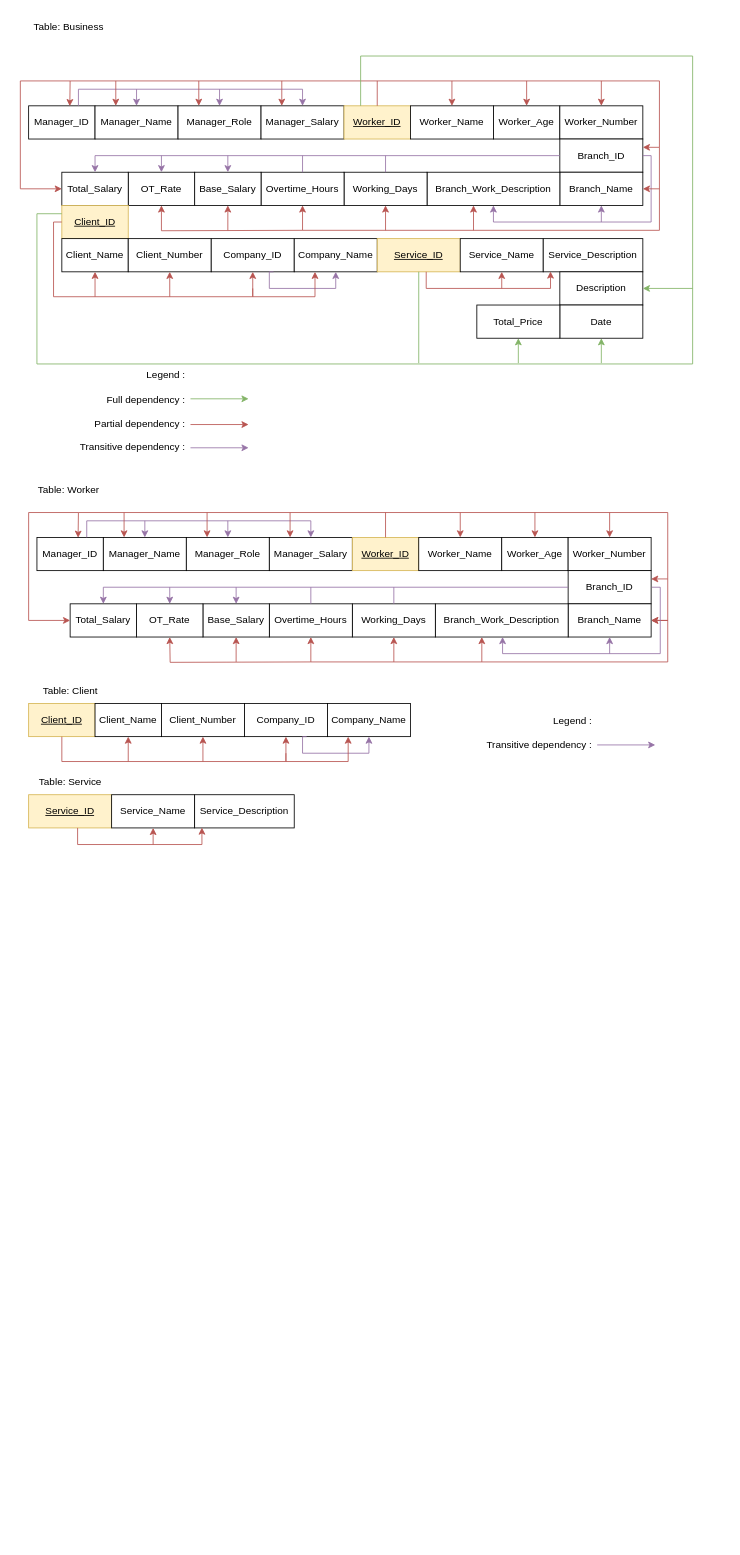
Earlier version of the draw.io diagram normalizationWIA2001assg.drawio (justn0thinghere/drawio). Source tidied: cells renumbered, new cells numbered last; positions are measured from the earlier drawing's top-left corner, leaving out a move shared by most shapes. Both pictures are drawn from the tidied source at 83%, with x=0, y=0 at pixel (20, 14).
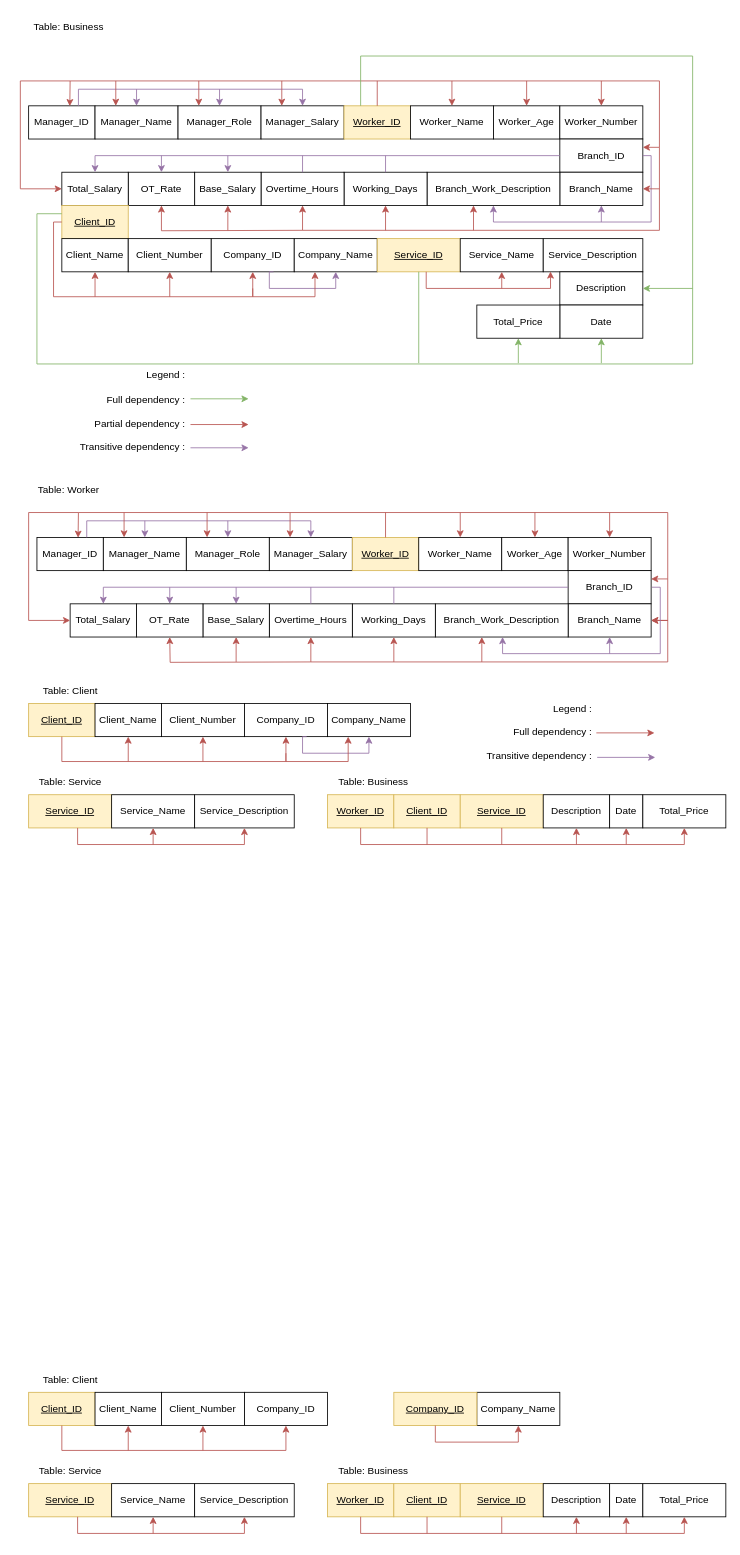
The same page after the edit.

The change refers to these unchanged cells:
```xml
<mxCell id="134" style="group;" parent="1" vertex="1">
  <mxGeometry x="540" y="810" width="225" height="110" as="geometry" />
</mxCell>
<mxCell id="139" value="Service_Description" style="rounded=0;whiteSpace=wrap;html=1;" parent="1" vertex="1">
  <mxGeometry x="210" y="940" width="120" height="40" as="geometry" />
</mxCell>
```

The edit, as a diff of the source:
```diff
@@
-    <mxCell id="135" value="Legend :&lt;div&gt;&lt;div&gt;&lt;br&gt;&lt;/div&gt;&lt;div&gt;Transitive dependency :&lt;/div&gt;&lt;/div&gt;" style="text;html=1;align=right;verticalAlign=middle;strokeColor=none;fillColor=none;" parent="134" vertex="1">
-      <mxGeometry y="25" width="150" height="60" as="geometry" />
+    <mxCell id="135" value="Legend :&lt;div&gt;&lt;div&gt;&lt;br&gt;&lt;/div&gt;&lt;div&gt;Full dependency :&lt;/div&gt;&lt;div&gt;&lt;br&gt;&lt;/div&gt;&lt;div&gt;Transitive dependency :&lt;/div&gt;&lt;/div&gt;" style="text;html=1;align=right;verticalAlign=middle;strokeColor=none;fillColor=none;" parent="134" vertex="1">
+      <mxGeometry y="10" width="150" height="90" as="geometry" />
     </mxCell>
     <mxCell id="136" style="endArrow=classic;html=1;rounded=0;fillColor=#e1d5e7;strokeColor=#9673a6;" parent="134" edge="1">
       <mxGeometry relative="1" as="geometry">
-        <mxPoint x="155" y="70" as="sourcePoint" />
-        <mxPoint x="225" y="70" as="targetPoint" />
+        <mxPoint x="155" y="85" as="sourcePoint" />
+        <mxPoint x="225" y="85" as="targetPoint" />
       </mxGeometry>
     </mxCell>
+    <mxCell id="143" style="endArrow=classic;html=1;rounded=0;fillColor=#f8cecc;strokeColor=#b85450;" parent="134" edge="1">
+      <mxGeometry relative="1" as="geometry">
+        <mxPoint x="154" y="55.5" as="sourcePoint" />
+        <mxPoint x="224" y="55.5" as="targetPoint" />
+      </mxGeometry>
+    </mxCell>
@@
-    <mxCell id="140" style="endArrow=classic;html=1;rounded=0;edgeStyle=orthogonalEdgeStyle;fillColor=#f8cecc;strokeColor=#b85450;entryX=0.073;entryY=0.99;entryDx=0;entryDy=0;entryPerimeter=0;" parent="1" edge="1" target="139">
+    <mxCell id="140" style="endArrow=classic;html=1;rounded=0;edgeStyle=orthogonalEdgeStyle;fillColor=#f8cecc;strokeColor=#b85450;entryX=0.5;entryY=1;entryDx=0;entryDy=0;" parent="1" edge="1" target="139">
       <mxGeometry relative="1" as="geometry">
         <mxPoint x="69" y="980" as="sourcePoint" />
         <Array as="points">
           <mxPoint x="69" y="1000" />
-          <mxPoint x="219" y="1000" />
+          <mxPoint x="270" y="1000" />
         </Array>
       </mxGeometry>
     </mxCell>
@@
+    <mxCell id="144" value="&lt;u&gt;Worker_ID&lt;/u&gt;" style="rounded=0;whiteSpace=wrap;html=1;fillColor=#fff2cc;strokeColor=#d6b656;" parent="1" vertex="1">
+      <mxGeometry x="370" y="940" width="80" height="40" as="geometry" />
+    </mxCell>
+    <mxCell id="145" value="&lt;u&gt;Client_ID&lt;/u&gt;" style="rounded=0;whiteSpace=wrap;html=1;fillColor=#fff2cc;strokeColor=#d6b656;" parent="1" vertex="1">
+      <mxGeometry x="450" y="940" width="80" height="40" as="geometry" />
+    </mxCell>
+    <mxCell id="146" value="&lt;u&gt;Service_ID&lt;/u&gt;" style="rounded=0;whiteSpace=wrap;html=1;fillColor=#fff2cc;strokeColor=#d6b656;" parent="1" vertex="1">
+      <mxGeometry x="530" y="940" width="100" height="40" as="geometry" />
+    </mxCell>
+    <mxCell id="147" value="Description" style="rounded=0;whiteSpace=wrap;html=1;" parent="1" vertex="1">
+      <mxGeometry x="630" y="940" width="80" height="40" as="geometry" />
+    </mxCell>
+    <mxCell id="148" value="Table: Business" style="text;html=1;align=center;verticalAlign=middle;strokeColor=none;fillColor=none;" parent="1" vertex="1">
+      <mxGeometry x="370" y="910" width="110" height="30" as="geometry" />
+    </mxCell>
+    <mxCell id="149" value="Date" style="rounded=0;whiteSpace=wrap;html=1;" parent="1" vertex="1">
+      <mxGeometry x="710" y="940" width="40" height="40" as="geometry" />
+    </mxCell>
+    <mxCell id="150" value="Total_Price" style="rounded=0;whiteSpace=wrap;html=1;" parent="1" vertex="1">
+      <mxGeometry x="750" y="940" width="100" height="40" as="geometry" />
+    </mxCell>
+    <mxCell id="151" style="endArrow=classic;html=1;rounded=0;edgeStyle=orthogonalEdgeStyle;fillColor=#f8cecc;strokeColor=#b85450;entryX=0.5;entryY=1;entryDx=0;entryDy=0;exitX=0.5;exitY=1;exitDx=0;exitDy=0;" parent="1" edge="1" source="144" target="150">
+      <mxGeometry relative="1" as="geometry">
+        <Array as="points">
+          <mxPoint x="410" y="1000" />
+          <mxPoint x="800" y="1000" />
+        </Array>
+      </mxGeometry>
+    </mxCell>
+    <mxCell id="152" style="endArrow=classic;html=1;rounded=0;fillColor=#f8cecc;strokeColor=#b85450;entryX=0.5;entryY=1;entryDx=0;entryDy=0;" parent="1" edge="1" target="147">
+      <mxGeometry relative="1" as="geometry">
+        <mxPoint x="670" y="1000" as="sourcePoint" />
+      </mxGeometry>
+    </mxCell>
+    <mxCell id="153" style="endArrow=classic;html=1;rounded=0;fillColor=#f8cecc;strokeColor=#b85450;entryX=0.5;entryY=1;entryDx=0;entryDy=0;" parent="1" edge="1" target="149">
+      <mxGeometry relative="1" as="geometry">
+        <mxPoint x="730" y="1000" as="sourcePoint" />
+      </mxGeometry>
+    </mxCell>
+    <mxCell id="154" style="endArrow=none;html=1;rounded=0;entryX=0.5;entryY=1;entryDx=0;entryDy=0;fillColor=#f8cecc;strokeColor=#b85450;" parent="1" edge="1" target="145">
+      <mxGeometry relative="1" as="geometry">
+        <mxPoint x="490" y="1000" as="sourcePoint" />
+      </mxGeometry>
+    </mxCell>
+    <mxCell id="155" style="endArrow=none;html=1;rounded=0;entryX=0.5;entryY=1;entryDx=0;entryDy=0;fillColor=#f8cecc;strokeColor=#b85450;" parent="1" edge="1" target="146">
+      <mxGeometry relative="1" as="geometry">
+        <mxPoint x="580" y="1000" as="sourcePoint" />
+      </mxGeometry>
+    </mxCell>
+    <mxCell id="156" value="&lt;u&gt;Client_ID&lt;/u&gt;" style="rounded=0;whiteSpace=wrap;html=1;fillColor=#fff2cc;strokeColor=#d6b656;" parent="1" vertex="1">
+      <mxGeometry x="10" y="1660" width="80" height="40" as="geometry" />
+    </mxCell>
+    <mxCell id="157" value="Client_Name" style="rounded=0;whiteSpace=wrap;html=1;" parent="1" vertex="1">
+      <mxGeometry x="90" y="1660" width="80" height="40" as="geometry" />
+    </mxCell>
+    <mxCell id="158" value="Client_Number" style="rounded=0;whiteSpace=wrap;html=1;" parent="1" vertex="1">
+      <mxGeometry x="170" y="1660" width="100" height="40" as="geometry" />
+    </mxCell>
+    <mxCell id="159" value="Company_ID" style="rounded=0;whiteSpace=wrap;html=1;" parent="1" vertex="1">
+      <mxGeometry x="270" y="1660" width="100" height="40" as="geometry" />
+    </mxCell>
+    <mxCell id="160" value="Company_Name" style="rounded=0;whiteSpace=wrap;html=1;" parent="1" vertex="1">
+      <mxGeometry x="550" y="1660" width="100" height="40" as="geometry" />
+    </mxCell>
+    <mxCell id="161" style="endArrow=classic;html=1;rounded=0;edgeStyle=orthogonalEdgeStyle;fillColor=#f8cecc;strokeColor=#b85450;exitX=0.5;exitY=1;exitDx=0;exitDy=0;entryX=0.5;entryY=1;entryDx=0;entryDy=0;" parent="1" edge="1" source="156" target="159">
+      <mxGeometry relative="1" as="geometry">
+        <Array as="points">
+          <mxPoint x="50" y="1730" />
+          <mxPoint x="320" y="1730" />
+        </Array>
+      </mxGeometry>
+    </mxCell>
+    <mxCell id="162" style="endArrow=classic;html=1;rounded=0;entryX=0.5;entryY=1;entryDx=0;entryDy=0;fillColor=#f8cecc;strokeColor=#b85450;" parent="1" edge="1" target="157">
+      <mxGeometry relative="1" as="geometry">
+        <mxPoint x="130" y="1730" as="sourcePoint" />
+      </mxGeometry>
+    </mxCell>
+    <mxCell id="163" style="endArrow=classic;html=1;rounded=0;entryX=0.5;entryY=1;entryDx=0;entryDy=0;fillColor=#f8cecc;strokeColor=#b85450;" parent="1" edge="1" target="158">
+      <mxGeometry relative="1" as="geometry">
+        <mxPoint x="220" y="1730" as="sourcePoint" />
+      </mxGeometry>
+    </mxCell>
+    <mxCell id="164" value="Table: Client" style="text;html=1;align=center;verticalAlign=middle;strokeColor=none;fillColor=none;" parent="1" vertex="1">
+      <mxGeometry x="15" y="1630" width="90" height="30" as="geometry" />
+    </mxCell>
+    <mxCell id="165" value="&lt;u&gt;Service_ID&lt;/u&gt;" style="rounded=0;whiteSpace=wrap;html=1;fillColor=#fff2cc;strokeColor=#d6b656;" parent="1" vertex="1">
+      <mxGeometry x="10" y="1770" width="100" height="40" as="geometry" />
+    </mxCell>
+    <mxCell id="166" value="Service_Name" style="rounded=0;whiteSpace=wrap;html=1;" parent="1" vertex="1">
+      <mxGeometry x="110" y="1770" width="100" height="40" as="geometry" />
+    </mxCell>
+    <mxCell id="167" value="Service_Description" style="rounded=0;whiteSpace=wrap;html=1;" parent="1" vertex="1">
+      <mxGeometry x="210" y="1770" width="120" height="40" as="geometry" />
+    </mxCell>
+    <mxCell id="168" style="endArrow=classic;html=1;rounded=0;edgeStyle=orthogonalEdgeStyle;fillColor=#f8cecc;strokeColor=#b85450;entryX=0.5;entryY=1;entryDx=0;entryDy=0;" parent="1" edge="1" target="167">
+      <mxGeometry relative="1" as="geometry">
+        <mxPoint x="69" y="1810" as="sourcePoint" />
+        <Array as="points">
+          <mxPoint x="69" y="1830" />
+          <mxPoint x="270" y="1830" />
+        </Array>
+      </mxGeometry>
+    </mxCell>
+    <mxCell id="169" style="endArrow=classic;html=1;rounded=0;fillColor=#f8cecc;strokeColor=#b85450;entryX=0.5;entryY=1;entryDx=0;entryDy=0;" parent="1" edge="1" target="166">
+      <mxGeometry relative="1" as="geometry">
+        <mxPoint x="160" y="1830" as="sourcePoint" />
+      </mxGeometry>
+    </mxCell>
+    <mxCell id="170" value="Table: Service" style="text;html=1;align=center;verticalAlign=middle;strokeColor=none;fillColor=none;" parent="1" vertex="1">
+      <mxGeometry x="10" y="1740" width="100" height="30" as="geometry" />
+    </mxCell>
+    <mxCell id="171" value="&lt;u&gt;Worker_ID&lt;/u&gt;" style="rounded=0;whiteSpace=wrap;html=1;fillColor=#fff2cc;strokeColor=#d6b656;" parent="1" vertex="1">
+      <mxGeometry x="370" y="1770" width="80" height="40" as="geometry" />
+    </mxCell>
+    <mxCell id="172" value="&lt;u&gt;Client_ID&lt;/u&gt;" style="rounded=0;whiteSpace=wrap;html=1;fillColor=#fff2cc;strokeColor=#d6b656;" parent="1" vertex="1">
+      <mxGeometry x="450" y="1770" width="80" height="40" as="geometry" />
+    </mxCell>
+    <mxCell id="173" value="&lt;u&gt;Service_ID&lt;/u&gt;" style="rounded=0;whiteSpace=wrap;html=1;fillColor=#fff2cc;strokeColor=#d6b656;" parent="1" vertex="1">
+      <mxGeometry x="530" y="1770" width="100" height="40" as="geometry" />
+    </mxCell>
+    <mxCell id="174" value="Description" style="rounded=0;whiteSpace=wrap;html=1;" parent="1" vertex="1">
+      <mxGeometry x="630" y="1770" width="80" height="40" as="geometry" />
+    </mxCell>
+    <mxCell id="175" value="Table: Business" style="text;html=1;align=center;verticalAlign=middle;strokeColor=none;fillColor=none;" parent="1" vertex="1">
+      <mxGeometry x="370" y="1740" width="110" height="30" as="geometry" />
+    </mxCell>
+    <mxCell id="176" value="Date" style="rounded=0;whiteSpace=wrap;html=1;" parent="1" vertex="1">
+      <mxGeometry x="710" y="1770" width="40" height="40" as="geometry" />
+    </mxCell>
+    <mxCell id="177" value="Total_Price" style="rounded=0;whiteSpace=wrap;html=1;" parent="1" vertex="1">
+      <mxGeometry x="750" y="1770" width="100" height="40" as="geometry" />
+    </mxCell>
+    <mxCell id="178" style="endArrow=classic;html=1;rounded=0;edgeStyle=orthogonalEdgeStyle;fillColor=#f8cecc;strokeColor=#b85450;entryX=0.5;entryY=1;entryDx=0;entryDy=0;exitX=0.5;exitY=1;exitDx=0;exitDy=0;" parent="1" edge="1" source="171" target="177">
+      <mxGeometry relative="1" as="geometry">
+        <Array as="points">
+          <mxPoint x="410" y="1830" />
+          <mxPoint x="800" y="1830" />
+        </Array>
+      </mxGeometry>
+    </mxCell>
+    <mxCell id="179" style="endArrow=classic;html=1;rounded=0;fillColor=#f8cecc;strokeColor=#b85450;entryX=0.5;entryY=1;entryDx=0;entryDy=0;" parent="1" edge="1" target="174">
+      <mxGeometry relative="1" as="geometry">
+        <mxPoint x="670" y="1830" as="sourcePoint" />
+      </mxGeometry>
+    </mxCell>
+    <mxCell id="180" style="endArrow=classic;html=1;rounded=0;fillColor=#f8cecc;strokeColor=#b85450;entryX=0.5;entryY=1;entryDx=0;entryDy=0;" parent="1" edge="1" target="176">
+      <mxGeometry relative="1" as="geometry">
+        <mxPoint x="730" y="1830" as="sourcePoint" />
+      </mxGeometry>
+    </mxCell>
+    <mxCell id="181" style="endArrow=none;html=1;rounded=0;entryX=0.5;entryY=1;entryDx=0;entryDy=0;fillColor=#f8cecc;strokeColor=#b85450;" parent="1" edge="1" target="172">
+      <mxGeometry relative="1" as="geometry">
+        <mxPoint x="490" y="1830" as="sourcePoint" />
+      </mxGeometry>
+    </mxCell>
+    <mxCell id="182" style="endArrow=none;html=1;rounded=0;entryX=0.5;entryY=1;entryDx=0;entryDy=0;fillColor=#f8cecc;strokeColor=#b85450;" parent="1" edge="1" target="173">
+      <mxGeometry relative="1" as="geometry">
+        <mxPoint x="580" y="1830" as="sourcePoint" />
+      </mxGeometry>
+    </mxCell>
+    <mxCell id="183" value="&lt;u&gt;Company_ID&lt;/u&gt;" style="rounded=0;whiteSpace=wrap;html=1;fillColor=#fff2cc;strokeColor=#d6b656;" parent="1" vertex="1">
+      <mxGeometry x="450" y="1660" width="100" height="40" as="geometry" />
+    </mxCell>
+    <mxCell id="184" style="endArrow=classic;html=1;rounded=0;edgeStyle=orthogonalEdgeStyle;fillColor=#f8cecc;strokeColor=#b85450;exitX=0.5;exitY=1;exitDx=0;exitDy=0;entryX=0.5;entryY=1;entryDx=0;entryDy=0;" parent="1" edge="1" source="183" target="160">
+      <mxGeometry relative="1" as="geometry">
+        <Array as="points">
+          <mxPoint x="500" y="1720" />
+          <mxPoint x="600" y="1720" />
+        </Array>
+      </mxGeometry>
+    </mxCell>
```
